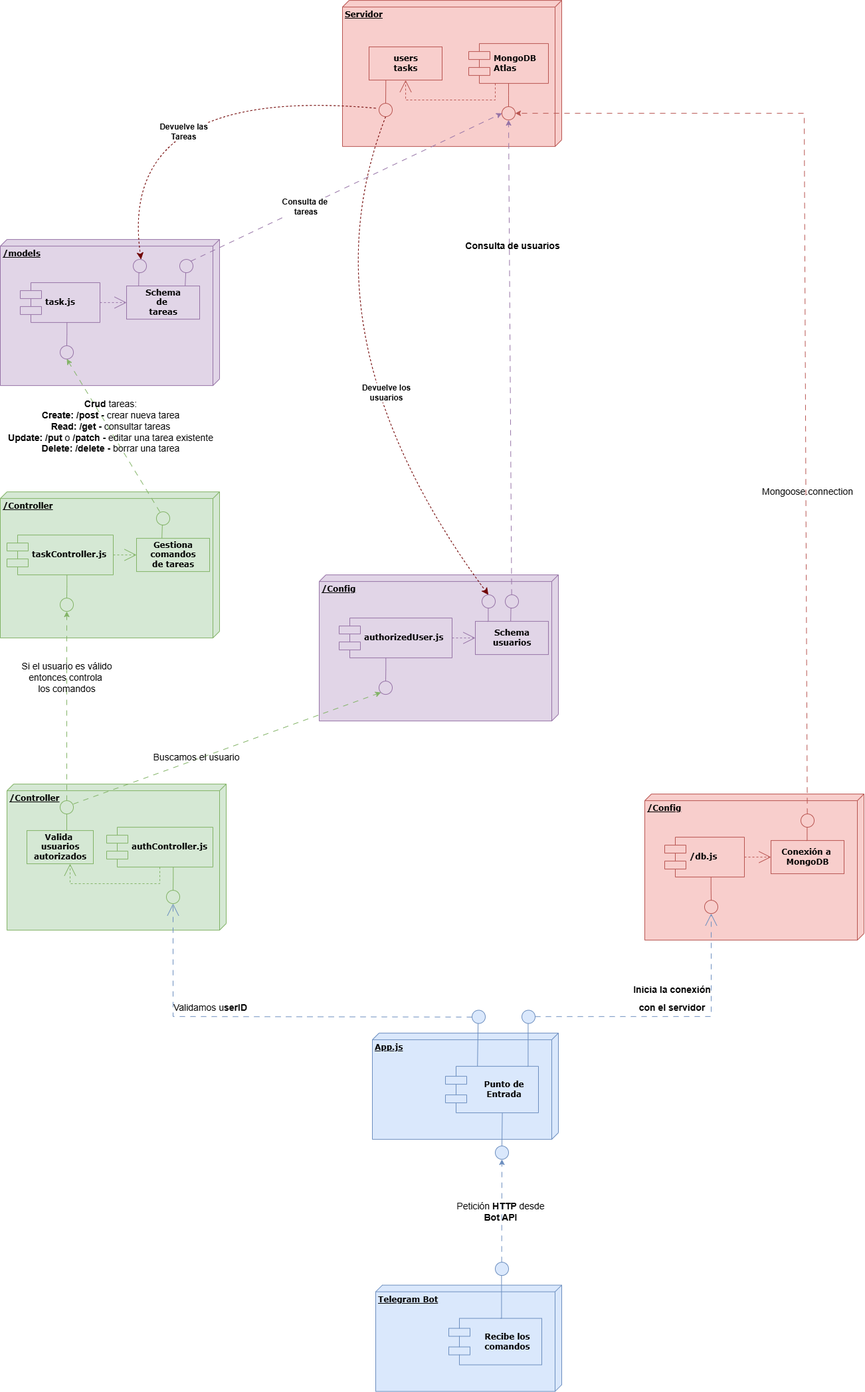
This is taskController.drawio.png from Andrz98/ToDoBot, a draw.io export, as it was before one commit. Source tidied: cells renumbered, new cells last; positions are measured from the earlier drawing's top-left corner, leaving out a move shared by most shapes.
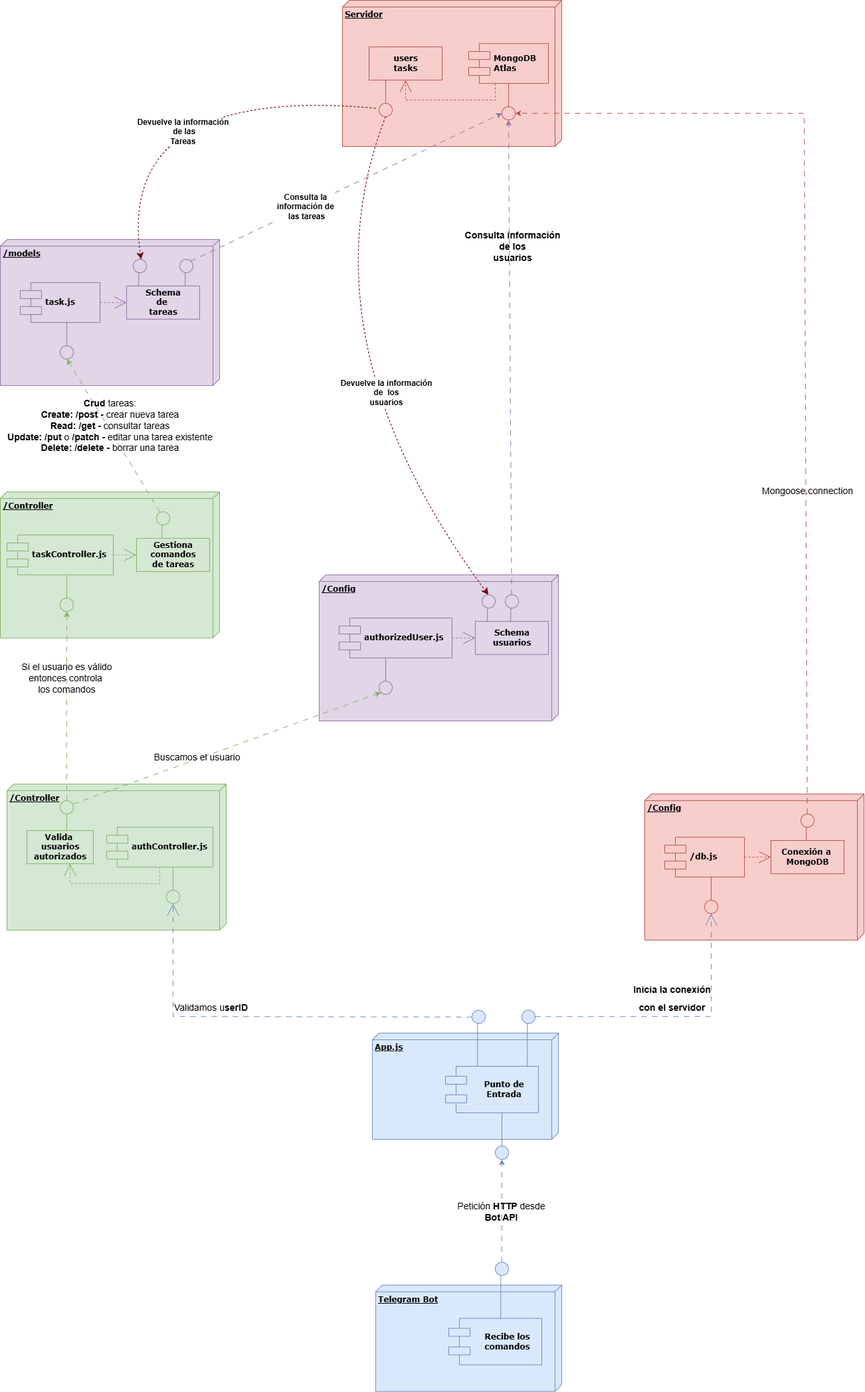
The same file after the commit.

Change to the diagram source:
```diff
@@ -182,7 +182,7 @@
     <mxCell id="48" style="edgeStyle=none;rounded=0;jettySize=auto;html=1;exitX=0.5;exitY=1;exitDx=0;exitDy=0;entryX=0.5;entryY=1;entryDx=0;entryDy=0;fillColor=#e1d5e7;strokeColor=#9673a6;dashed=1;dashPattern=8 8;" parent="1" edge="1" source="50" target="31">
       <mxGeometry relative="1" as="geometry" />
     </mxCell>
-    <mxCell id="49" value="&lt;span style=&quot;font-size: 14px;&quot;&gt;&lt;b&gt;Consulta de usuarios&lt;/b&gt;&lt;/span&gt;" style="edgeLabel;html=1;align=center;verticalAlign=middle;fontSize=12;labelBackgroundColor=none;" parent="48" vertex="1">
+    <mxCell id="49" value="&lt;span style=&quot;font-size: 14px;&quot;&gt;&lt;b&gt;Consulta información&lt;br&gt;de los &lt;br&gt;usuarios&lt;/b&gt;&lt;/span&gt;" style="edgeLabel;html=1;align=center;verticalAlign=middle;fontSize=12;labelBackgroundColor=none;" parent="48" vertex="1">
       <mxGeometry x="-0.02" relative="1" as="geometry">
         <mxPoint x="3" y="-175" as="offset" />
       </mxGeometry>
@@ -270,7 +270,7 @@
     <mxCell id="72" style="edgeStyle=none;rounded=0;jettySize=auto;html=1;exitX=0;exitY=1;exitDx=0;exitDy=0;entryX=0;entryY=0.5;entryDx=0;entryDy=0;fillColor=#e1d5e7;strokeColor=#9673a6;dashed=1;dashPattern=8 8;" parent="1" edge="1" source="74" target="31">
       <mxGeometry relative="1" as="geometry" />
     </mxCell>
-    <mxCell id="73" value="&lt;b&gt;Consulta de&amp;nbsp;&lt;br&gt;tareas&lt;/b&gt;" style="edgeLabel;html=1;align=center;verticalAlign=middle;fontSize=12;" parent="72" vertex="1">
+    <mxCell id="73" value="&lt;b&gt;Consulta la&amp;nbsp;&lt;br&gt;información de&amp;nbsp;&lt;br&gt;las tareas&lt;/b&gt;" style="edgeLabel;html=1;align=center;verticalAlign=middle;fontSize=12;" parent="72" vertex="1">
       <mxGeometry x="-0.24" y="-1" relative="1" as="geometry">
         <mxPoint x="-5" y="1" as="offset" />
       </mxGeometry>
@@ -319,7 +319,7 @@
         </Array>
       </mxGeometry>
     </mxCell>
-    <mxCell id="83" value="&lt;b&gt;Devuelve las&lt;br&gt;Tareas&lt;/b&gt;" style="edgeLabel;html=1;align=center;verticalAlign=middle;fontSize=12;" parent="82" vertex="1">
+    <mxCell id="83" value="&lt;b&gt;Devuelve la información&lt;br&gt;&amp;nbsp;de las&lt;br&gt;Tareas&lt;/b&gt;" style="edgeLabel;html=1;align=center;verticalAlign=middle;fontSize=12;" parent="82" vertex="1">
       <mxGeometry x="0.09" y="-2" relative="1" as="geometry">
         <mxPoint x="66" y="69" as="offset" />
       </mxGeometry>
@@ -331,7 +331,7 @@
         </Array>
       </mxGeometry>
     </mxCell>
-    <mxCell id="85" value="&lt;b&gt;Devuelve los&lt;br&gt;usuarios&lt;/b&gt;" style="edgeLabel;html=1;align=center;verticalAlign=middle;fontSize=12;" parent="84" vertex="1">
+    <mxCell id="85" value="&lt;b&gt;Devuelve la información&lt;br&gt;de&amp;nbsp; los&lt;br&gt;usuarios&lt;/b&gt;" style="edgeLabel;html=1;align=center;verticalAlign=middle;fontSize=12;" parent="84" vertex="1">
       <mxGeometry x="0.05" y="-1" relative="1" as="geometry">
         <mxPoint x="82" y="13" as="offset" />
       </mxGeometry>
```
